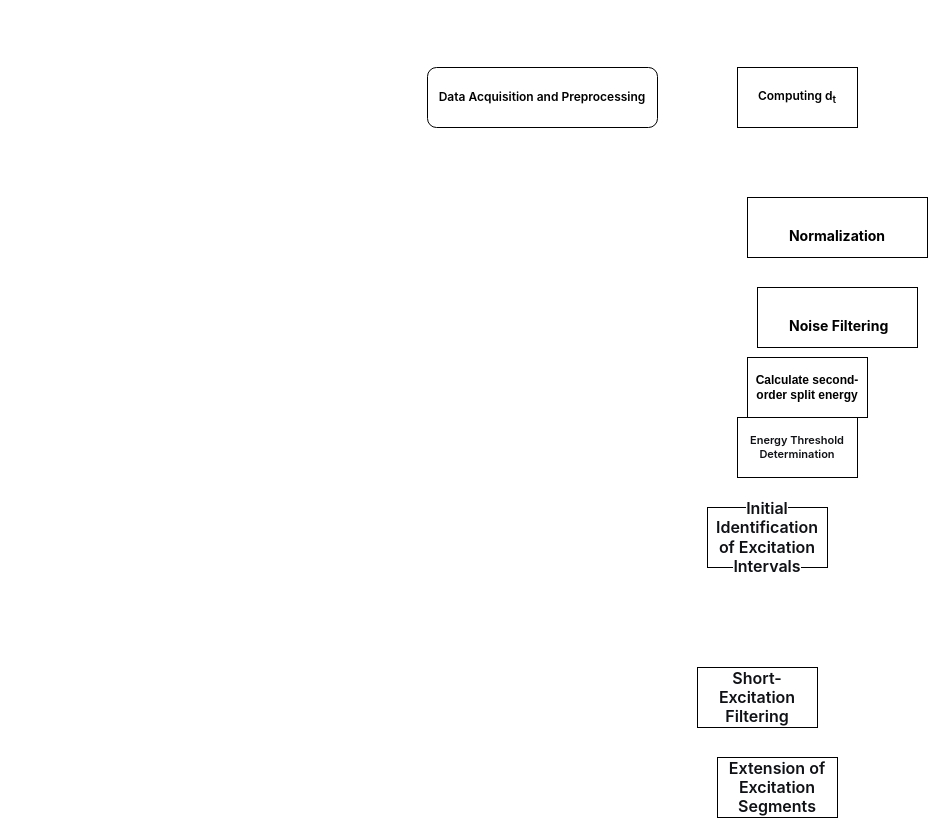
Earlier version of the draw.io diagram 激励.drawio (funkallll/deeplearning). Source tidied: cells renumbered, new cells numbered last; positions are measured from the earlier drawing's top-left corner, leaving out a move shared by most shapes. Both pictures are drawn from the tidied source at 100%, with x=0, y=0 at pixel (427, 67).
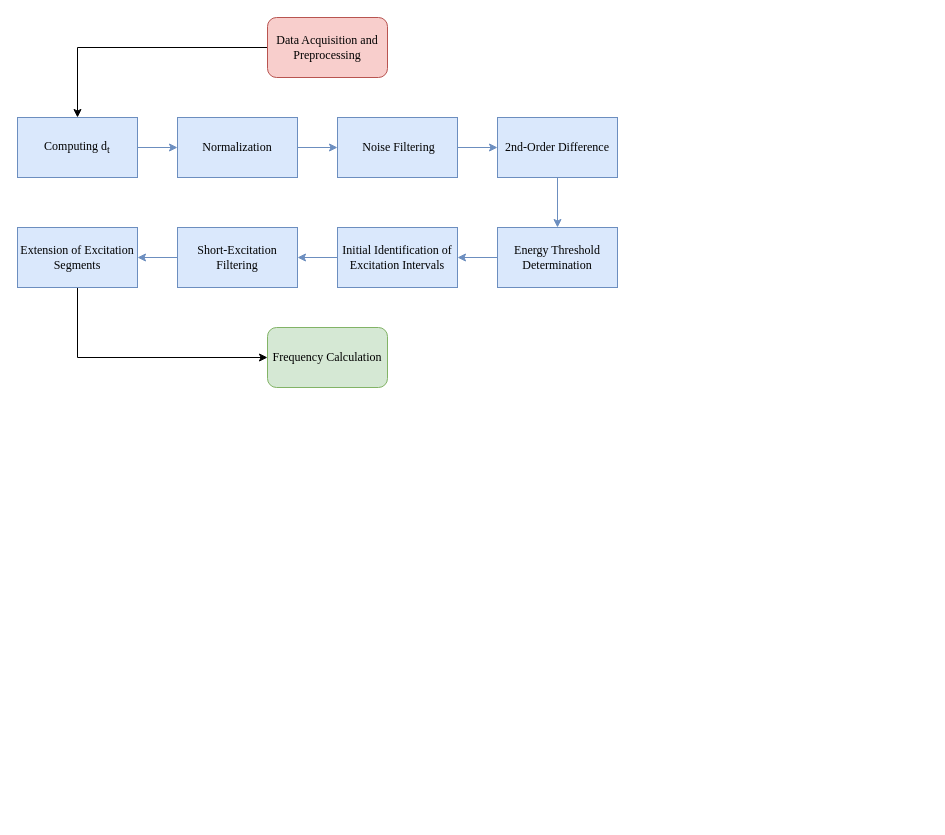
After the change.

What changed in the source:
```diff
@@
+    <mxCell id="11" style="edgeStyle=orthogonalEdgeStyle;rounded=0;jettySize=auto;html=1;entryX=0.5;entryY=0;entryDx=0;entryDy=0;" parent="1" edge="1" source="2" target="3">
+      <mxGeometry relative="1" as="geometry" />
+    </mxCell>
-    <mxCell id="2" value="&lt;span style=&quot;font-weight: 600; font-family: quote-cjk-patch, Inter, system-ui, -apple-system, BlinkMacSystemFont, &amp;quot;Segoe UI&amp;quot;, Roboto, Oxygen, Ubuntu, Cantarell, &amp;quot;Open Sans&amp;quot;, &amp;quot;Helvetica Neue&amp;quot;, sans-serif; text-align: start;&quot;&gt;Data Acquisition and Preprocessing&lt;/span&gt;" style="rounded=1;whiteSpace=wrap;html=1;fontColor=default;fontSize=12;labelBackgroundColor=none;" parent="1" vertex="1">
-      <mxGeometry width="230" height="60" as="geometry" />
+    <mxCell id="2" value="Data Acquisition and Preprocessing" style="rounded=1;whiteSpace=wrap;html=1;verticalAlign=middle;fontFamily=Times New Roman;fontStyle=0;fillColor=#f8cecc;strokeColor=#b85450;" parent="1" vertex="1">
+      <mxGeometry x="-160" y="-50" width="120" height="60" as="geometry" />
     </mxCell>
+    <mxCell id="12" style="edgeStyle=orthogonalEdgeStyle;rounded=0;jettySize=auto;html=1;entryX=0;entryY=0.5;entryDx=0;entryDy=0;fillColor=#dae8fc;strokeColor=#6c8ebf;" parent="1" edge="1" source="3" target="4">
+      <mxGeometry relative="1" as="geometry" />
+    </mxCell>
-    <mxCell id="3" value="&lt;span style=&quot;font-weight: 600; font-family: quote-cjk-patch, Inter, system-ui, -apple-system, BlinkMacSystemFont, &amp;quot;Segoe UI&amp;quot;, Roboto, Oxygen, Ubuntu, Cantarell, &amp;quot;Open Sans&amp;quot;, &amp;quot;Helvetica Neue&amp;quot;, sans-serif; text-align: start;&quot;&gt;Computing d&lt;sub&gt;t&lt;/sub&gt;&lt;/span&gt;" style="rounded=0;whiteSpace=wrap;html=1;fontColor=default;fontSize=12;labelBackgroundColor=none;" parent="1" vertex="1">
-      <mxGeometry x="310" width="120" height="60" as="geometry" />
+    <mxCell id="3" value="Computing d&lt;sub&gt;t&lt;/sub&gt;" style="rounded=0;whiteSpace=wrap;html=1;verticalAlign=middle;fontFamily=Times New Roman;fontStyle=0;fillColor=#dae8fc;strokeColor=#6c8ebf;" parent="1" vertex="1">
+      <mxGeometry x="-410" y="50" width="120" height="60" as="geometry" />
     </mxCell>
+    <mxCell id="13" style="edgeStyle=orthogonalEdgeStyle;rounded=0;jettySize=auto;html=1;fillColor=#dae8fc;strokeColor=#6c8ebf;" parent="1" edge="1" source="4" target="5">
+      <mxGeometry relative="1" as="geometry" />
+    </mxCell>
-    <mxCell id="4" value="&lt;h3 style=&quot;font-variant-numeric: normal; font-variant-east-asian: normal; font-variant-alternates: normal; font-size-adjust: none; font-kerning: auto; font-optical-sizing: auto; font-feature-settings: normal; font-variation-settings: normal; font-variant-position: normal; font-variant-emoji: normal; font-stretch: normal; line-height: 30px; font-family: quote-cjk-patch, Inter, system-ui, -apple-system, BlinkMacSystemFont, &amp;quot;Segoe UI&amp;quot;, Roboto, Oxygen, Ubuntu, Cantarell, &amp;quot;Open Sans&amp;quot;, &amp;quot;Helvetica Neue&amp;quot;, sans-serif; margin: 32px 0px 16px; text-align: start;&quot;&gt;Normalization&lt;/h3&gt;" style="rounded=0;whiteSpace=wrap;html=1;fontColor=default;fontSize=12;labelBackgroundColor=none;" parent="1" vertex="1">
-      <mxGeometry x="320" y="130" width="180" height="60" as="geometry" />
+    <mxCell id="4" value="Normalization" style="rounded=0;whiteSpace=wrap;html=1;verticalAlign=middle;align=center;fontFamily=Times New Roman;fontStyle=0;fillColor=#dae8fc;strokeColor=#6c8ebf;" parent="1" vertex="1">
+      <mxGeometry x="-250" y="50" width="120" height="60" as="geometry" />
     </mxCell>
+    <mxCell id="14" style="edgeStyle=orthogonalEdgeStyle;rounded=0;jettySize=auto;html=1;entryX=0;entryY=0.5;entryDx=0;entryDy=0;fillColor=#dae8fc;strokeColor=#6c8ebf;" parent="1" edge="1" source="5" target="6">
+      <mxGeometry relative="1" as="geometry" />
+    </mxCell>
-    <mxCell id="5" value="&lt;h3 style=&quot;font-variant-numeric: normal; font-variant-east-asian: normal; font-variant-alternates: normal; font-size-adjust: none; font-kerning: auto; font-optical-sizing: auto; font-feature-settings: normal; font-variation-settings: normal; font-variant-position: normal; font-variant-emoji: normal; font-stretch: normal; line-height: 30px; font-family: quote-cjk-patch, Inter, system-ui, -apple-system, BlinkMacSystemFont, &amp;quot;Segoe UI&amp;quot;, Roboto, Oxygen, Ubuntu, Cantarell, &amp;quot;Open Sans&amp;quot;, &amp;quot;Helvetica Neue&amp;quot;, sans-serif; margin: 32px 0px 16px; text-align: start;&quot;&gt;&amp;nbsp;Noise Filtering&lt;/h3&gt;" style="rounded=0;whiteSpace=wrap;html=1;fontColor=default;fontSize=12;labelBackgroundColor=none;" parent="1" vertex="1">
-      <mxGeometry x="330" y="220" width="160" height="60" as="geometry" />
+    <mxCell id="5" value="&amp;nbsp;Noise Filtering" style="rounded=0;whiteSpace=wrap;html=1;verticalAlign=middle;fontFamily=Times New Roman;fontStyle=0;fillColor=#dae8fc;strokeColor=#6c8ebf;" parent="1" vertex="1">
+      <mxGeometry x="-90" y="50" width="120" height="60" as="geometry" />
     </mxCell>
+    <mxCell id="15" style="edgeStyle=orthogonalEdgeStyle;rounded=0;jettySize=auto;html=1;fillColor=#dae8fc;strokeColor=#6c8ebf;" parent="1" edge="1" source="6" target="7">
+      <mxGeometry relative="1" as="geometry" />
+    </mxCell>
-    <mxCell id="6" value="&lt;span style=&quot;font-family: Arial, Helvetica, sans-serif; font-weight: 700; text-align: start; white-space-collapse: preserve;&quot;&gt;Calculate second-order split energy&lt;/span&gt;" style="rounded=0;whiteSpace=wrap;html=1;fontColor=default;fontSize=12;labelBackgroundColor=none;" parent="1" vertex="1">
-      <mxGeometry x="320" y="290" width="120" height="60" as="geometry" />
+    <mxCell id="6" value="2nd-Order Difference" style="rounded=0;whiteSpace=wrap;html=1;verticalAlign=middle;fontFamily=Times New Roman;fontStyle=0;fillColor=#dae8fc;strokeColor=#6c8ebf;" parent="1" vertex="1">
+      <mxGeometry x="70" y="50" width="120" height="60" as="geometry" />
     </mxCell>
+    <mxCell id="16" style="edgeStyle=orthogonalEdgeStyle;rounded=0;jettySize=auto;html=1;entryX=1;entryY=0.5;entryDx=0;entryDy=0;fillColor=#dae8fc;strokeColor=#6c8ebf;" parent="1" edge="1" source="7" target="8">
+      <mxGeometry relative="1" as="geometry" />
+    </mxCell>
-    <mxCell id="7" value="&lt;span style=&quot;font-weight: 600; color: rgb(15, 17, 21); font-family: quote-cjk-patch, Inter, system-ui, -apple-system, BlinkMacSystemFont, &amp;quot;Segoe UI&amp;quot;, Roboto, Oxygen, Ubuntu, Cantarell, &amp;quot;Open Sans&amp;quot;, &amp;quot;Helvetica Neue&amp;quot;, sans-serif; text-align: start; background-color: rgb(255, 255, 255);&quot;&gt;Energy Threshold Determination&lt;/span&gt;" style="rounded=0;whiteSpace=wrap;html=1;fontSize=11;" parent="1" vertex="1">
-      <mxGeometry x="310" y="350" width="120" height="60" as="geometry" />
+    <mxCell id="7" value="Energy Threshold Determination" style="rounded=0;whiteSpace=wrap;html=1;verticalAlign=middle;fontFamily=Times New Roman;fontStyle=0;fillColor=#dae8fc;strokeColor=#6c8ebf;" parent="1" vertex="1">
+      <mxGeometry x="70" y="160" width="120" height="60" as="geometry" />
     </mxCell>
+    <mxCell id="17" style="edgeStyle=orthogonalEdgeStyle;rounded=0;jettySize=auto;html=1;fillColor=#dae8fc;strokeColor=#6c8ebf;" parent="1" edge="1" source="8" target="10">
+      <mxGeometry relative="1" as="geometry" />
+    </mxCell>
-    <mxCell id="8" value="&lt;span style=&quot;font-weight: 600; color: rgb(15, 17, 21); font-family: quote-cjk-patch, Inter, system-ui, -apple-system, BlinkMacSystemFont, &amp;quot;Segoe UI&amp;quot;, Roboto, Oxygen, Ubuntu, Cantarell, &amp;quot;Open Sans&amp;quot;, &amp;quot;Helvetica Neue&amp;quot;, sans-serif; font-size: 16px; text-align: start; background-color: rgb(255, 255, 255);&quot;&gt;Initial Identification of Excitation Intervals&lt;/span&gt;" style="rounded=0;whiteSpace=wrap;html=1;" parent="1" vertex="1">
-      <mxGeometry x="280" y="440" width="120" height="60" as="geometry" />
+    <mxCell id="8" value="Initial Identification of Excitation Intervals" style="rounded=0;whiteSpace=wrap;html=1;verticalAlign=middle;fontFamily=Times New Roman;fontStyle=0;fillColor=#dae8fc;strokeColor=#6c8ebf;" parent="1" vertex="1">
+      <mxGeometry x="-90" y="160" width="120" height="60" as="geometry" />
     </mxCell>
+    <mxCell id="18" style="edgeStyle=orthogonalEdgeStyle;rounded=0;jettySize=auto;html=1;entryX=0;entryY=0.5;entryDx=0;entryDy=0;" parent="1" edge="1" source="9" target="20">
+      <mxGeometry relative="1" as="geometry">
+        <Array as="points">
+          <mxPoint x="-350" y="290" />
+        </Array>
+      </mxGeometry>
+    </mxCell>
-    <mxCell id="9" value="&lt;span style=&quot;font-weight: 600; color: rgb(15, 17, 21); font-family: quote-cjk-patch, Inter, system-ui, -apple-system, BlinkMacSystemFont, &amp;quot;Segoe UI&amp;quot;, Roboto, Oxygen, Ubuntu, Cantarell, &amp;quot;Open Sans&amp;quot;, &amp;quot;Helvetica Neue&amp;quot;, sans-serif; font-size: 16px; text-align: start; background-color: rgb(255, 255, 255);&quot;&gt;Extension of Excitation Segments&lt;/span&gt;" style="rounded=0;whiteSpace=wrap;html=1;" parent="1" vertex="1">
-      <mxGeometry x="290" y="690" width="120" height="60" as="geometry" />
+    <mxCell id="9" value="Extension of Excitation Segments" style="rounded=0;whiteSpace=wrap;html=1;verticalAlign=middle;fontFamily=Times New Roman;fontStyle=0;fillColor=#dae8fc;strokeColor=#6c8ebf;" parent="1" vertex="1">
+      <mxGeometry x="-410" y="160" width="120" height="60" as="geometry" />
     </mxCell>
+    <mxCell id="19" style="edgeStyle=orthogonalEdgeStyle;rounded=0;jettySize=auto;html=1;entryX=1;entryY=0.5;entryDx=0;entryDy=0;fillColor=#dae8fc;strokeColor=#6c8ebf;" parent="1" edge="1" source="10" target="9">
+      <mxGeometry relative="1" as="geometry" />
+    </mxCell>
-    <mxCell id="10" value="&lt;span style=&quot;font-weight: 600; color: rgb(15, 17, 21); font-family: quote-cjk-patch, Inter, system-ui, -apple-system, BlinkMacSystemFont, &amp;quot;Segoe UI&amp;quot;, Roboto, Oxygen, Ubuntu, Cantarell, &amp;quot;Open Sans&amp;quot;, &amp;quot;Helvetica Neue&amp;quot;, sans-serif; font-size: 16px; text-align: start; background-color: rgb(255, 255, 255);&quot;&gt;Short-Excitation Filtering&lt;/span&gt;" style="rounded=0;whiteSpace=wrap;html=1;" parent="1" vertex="1">
-      <mxGeometry x="270" y="600" width="120" height="60" as="geometry" />
+    <mxCell id="10" value="Short-Excitation Filtering" style="rounded=0;whiteSpace=wrap;html=1;verticalAlign=middle;fontFamily=Times New Roman;fontStyle=0;fillColor=#dae8fc;strokeColor=#6c8ebf;" parent="1" vertex="1">
+      <mxGeometry x="-250" y="160" width="120" height="60" as="geometry" />
     </mxCell>
+    <mxCell id="20" value="Frequency Calculation" style="rounded=1;whiteSpace=wrap;html=1;verticalAlign=middle;fontFamily=Times New Roman;fontStyle=0;fillColor=#d5e8d4;strokeColor=#82b366;" parent="1" vertex="1">
+      <mxGeometry x="-160" y="260" width="120" height="60" as="geometry" />
+    </mxCell>
```
